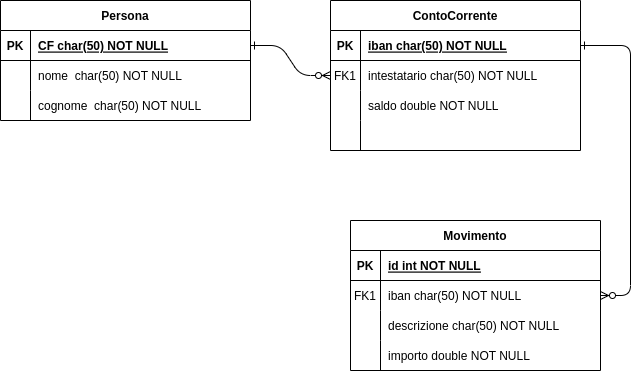
Above: progettazione/contocorrente.drawio.png in dcocuzza/contocorrente_es (draw.io), before the change. Source tidied: cells renumbered, new cells last; positions are measured from the earlier drawing's top-left corner, leaving out a move shared by most shapes.
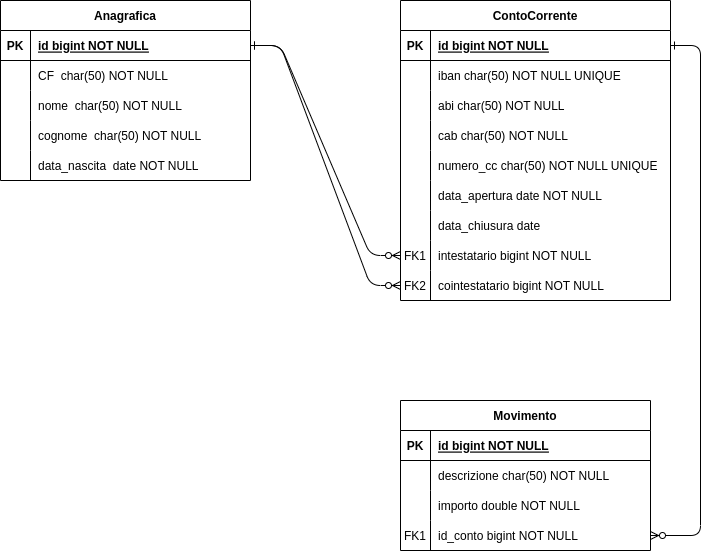
After the change.

What changed in the source:
```diff
@@ -2,53 +2,98 @@
   <root>
     <mxCell id="0" />
     <mxCell id="1" parent="0" />
-    <mxCell id="2" style="edgeStyle=entityRelationEdgeStyle;endArrow=ERzeroToMany;startArrow=ERone;endFill=1;startFill=0;" parent="1" edge="1" source="31" target="8">
+    <mxCell id="2" style="edgeStyle=entityRelationEdgeStyle;endArrow=ERzeroToMany;startArrow=ERone;endFill=1;startFill=0;entryX=0;entryY=0.5;entryDx=0;entryDy=0;" parent="1" edge="1" source="31" target="49">
       <mxGeometry relative="1" as="geometry" />
     </mxCell>
-    <mxCell id="3" style="edgeStyle=entityRelationEdgeStyle;endArrow=ERzeroToMany;startArrow=ERone;endFill=1;startFill=0;" parent="1" edge="1" source="5" target="21">
+    <mxCell id="3" style="edgeStyle=entityRelationEdgeStyle;endArrow=ERzeroToMany;startArrow=ERone;endFill=1;startFill=0;entryX=1;entryY=0.5;entryDx=0;entryDy=0;" parent="1" edge="1" source="5" target="55">
       <mxGeometry relative="1" as="geometry" />
     </mxCell>
     <mxCell id="4" value="ContoCorrente" style="shape=table;startSize=30;rowLines=0;fontStyle=1;align=center;" parent="1" vertex="1">
-      <mxGeometry x="330" width="250" height="150" as="geometry" />
+      <mxGeometry x="360" width="270" height="300" as="geometry" />
     </mxCell>
     <mxCell id="5" style="shape=partialRectangle;fillColor=none;points=[[0,0.5],[1,0.5]];portConstraint=eastwest;top=0;left=0;right=0;bottom=1;" parent="4" vertex="1">
-      <mxGeometry y="30" width="250" height="30" as="geometry" />
+      <mxGeometry y="30" width="270" height="30" as="geometry" />
     </mxCell>
     <mxCell id="6" value="PK" style="shape=partialRectangle;overflow=hidden;fillColor=none;top=0;left=0;bottom=0;right=0;fontStyle=1;" parent="5" vertex="1">
       <mxGeometry width="30" height="30" as="geometry" />
     </mxCell>
-    <mxCell id="7" value="iban char(50) NOT NULL" style="shape=partialRectangle;overflow=hidden;fillColor=none;top=0;left=0;bottom=0;right=0;align=left;spacingLeft=6;fontStyle=5;" parent="5" vertex="1">
-      <mxGeometry x="30" width="220" height="30" as="geometry" />
+    <mxCell id="7" value="id bigint NOT NULL" style="shape=partialRectangle;overflow=hidden;fillColor=none;top=0;left=0;bottom=0;right=0;align=left;spacingLeft=6;fontStyle=5;" parent="5" vertex="1">
+      <mxGeometry x="30" width="240" height="30" as="geometry" />
     </mxCell>
     <mxCell id="8" style="shape=partialRectangle;fillColor=none;points=[[0,0.5],[1,0.5]];portConstraint=eastwest;top=0;left=0;right=0;bottom=0;" parent="4" vertex="1">
-      <mxGeometry y="60" width="250" height="30" as="geometry" />
+      <mxGeometry y="60" width="270" height="30" as="geometry" />
     </mxCell>
-    <mxCell id="9" value="FK1" style="shape=partialRectangle;overflow=hidden;fillColor=none;top=0;left=0;bottom=0;right=0;" parent="8" vertex="1">
+    <mxCell id="9" style="shape=partialRectangle;overflow=hidden;fillColor=none;top=0;left=0;bottom=0;right=0;" parent="8" vertex="1">
       <mxGeometry width="30" height="30" as="geometry" />
     </mxCell>
-    <mxCell id="10" value="intestatario char(50) NOT NULL" style="shape=partialRectangle;overflow=hidden;fillColor=none;top=0;left=0;bottom=0;right=0;align=left;spacingLeft=6;" parent="8" vertex="1">
-      <mxGeometry x="30" width="220" height="30" as="geometry" />
+    <mxCell id="10" value="iban char(50) NOT NULL UNIQUE" style="shape=partialRectangle;overflow=hidden;fillColor=none;top=0;left=0;bottom=0;right=0;align=left;spacingLeft=6;" parent="8" vertex="1">
+      <mxGeometry x="30" width="240" height="30" as="geometry" />
     </mxCell>
     <mxCell id="11" style="shape=partialRectangle;fillColor=none;top=0;left=0;right=0;bottom=0;" parent="4" vertex="1">
-      <mxGeometry y="90" width="250" height="30" as="geometry" />
+      <mxGeometry y="90" width="270" height="30" as="geometry" />
     </mxCell>
     <mxCell id="12" style="shape=partialRectangle;overflow=hidden;fillColor=none;top=0;left=0;bottom=0;right=0;" parent="11" vertex="1">
       <mxGeometry width="30" height="30" as="geometry" />
     </mxCell>
-    <mxCell id="13" value="saldo double NOT NULL" style="shape=partialRectangle;overflow=hidden;fillColor=none;top=0;left=0;bottom=0;right=0;align=left;spacingLeft=6;" parent="11" vertex="1">
-      <mxGeometry x="30" width="220" height="30" as="geometry" />
+    <mxCell id="13" value="abi char(50) NOT NULL" style="shape=partialRectangle;overflow=hidden;fillColor=none;top=0;left=0;bottom=0;right=0;align=left;spacingLeft=6;" parent="11" vertex="1">
+      <mxGeometry x="30" width="240" height="30" as="geometry" />
     </mxCell>
     <mxCell id="14" style="shape=partialRectangle;fillColor=none;top=0;left=0;right=0;bottom=0;" parent="4" vertex="1">
-      <mxGeometry y="120" width="250" height="30" as="geometry" />
+      <mxGeometry y="120" width="270" height="30" as="geometry" />
     </mxCell>
     <mxCell id="15" style="shape=partialRectangle;overflow=hidden;fillColor=none;top=0;left=0;bottom=0;right=0;" parent="14" vertex="1">
       <mxGeometry width="30" height="30" as="geometry" />
     </mxCell>
-    <mxCell id="16" style="shape=partialRectangle;overflow=hidden;fillColor=none;top=0;left=0;bottom=0;right=0;align=left;spacingLeft=6;" parent="14" vertex="1">
-      <mxGeometry x="30" width="220" height="30" as="geometry" />
+    <mxCell id="16" value="cab char(50) NOT NULL" style="shape=partialRectangle;overflow=hidden;fillColor=none;top=0;left=0;bottom=0;right=0;align=left;spacingLeft=6;" parent="14" vertex="1">
+      <mxGeometry x="30" width="240" height="30" as="geometry" />
     </mxCell>
+    <mxCell id="40" style="shape=partialRectangle;fillColor=none;top=0;left=0;right=0;bottom=0;" parent="4" vertex="1">
+      <mxGeometry y="150" width="270" height="30" as="geometry" />
+    </mxCell>
+    <mxCell id="41" style="shape=partialRectangle;overflow=hidden;fillColor=none;top=0;left=0;bottom=0;right=0;" parent="40" vertex="1">
+      <mxGeometry width="30" height="30" as="geometry" />
+    </mxCell>
+    <mxCell id="42" value="numero_cc char(50) NOT NULL UNIQUE" style="shape=partialRectangle;overflow=hidden;fillColor=none;top=0;left=0;bottom=0;right=0;align=left;spacingLeft=6;" parent="40" vertex="1">
+      <mxGeometry x="30" width="240" height="30" as="geometry" />
+    </mxCell>
+    <mxCell id="43" style="shape=partialRectangle;fillColor=none;top=0;left=0;right=0;bottom=0;" parent="4" vertex="1">
+      <mxGeometry y="180" width="270" height="30" as="geometry" />
+    </mxCell>
+    <mxCell id="44" style="shape=partialRectangle;overflow=hidden;fillColor=none;top=0;left=0;bottom=0;right=0;" parent="43" vertex="1">
+      <mxGeometry width="30" height="30" as="geometry" />
+    </mxCell>
+    <mxCell id="45" value="data_apertura date NOT NULL" style="shape=partialRectangle;overflow=hidden;fillColor=none;top=0;left=0;bottom=0;right=0;align=left;spacingLeft=6;" parent="43" vertex="1">
+      <mxGeometry x="30" width="240" height="30" as="geometry" />
+    </mxCell>
+    <mxCell id="46" style="shape=partialRectangle;fillColor=none;top=0;left=0;right=0;bottom=0;" parent="4" vertex="1">
+      <mxGeometry y="210" width="270" height="30" as="geometry" />
+    </mxCell>
+    <mxCell id="47" style="shape=partialRectangle;overflow=hidden;fillColor=none;top=0;left=0;bottom=0;right=0;" parent="46" vertex="1">
+      <mxGeometry width="30" height="30" as="geometry" />
+    </mxCell>
+    <mxCell id="48" value="data_chiusura date" style="shape=partialRectangle;overflow=hidden;fillColor=none;top=0;left=0;bottom=0;right=0;align=left;spacingLeft=6;" parent="46" vertex="1">
+      <mxGeometry x="30" width="240" height="30" as="geometry" />
+    </mxCell>
+    <mxCell id="49" style="shape=partialRectangle;fillColor=none;points=[[0,0.5],[1,0.5]];portConstraint=eastwest;top=0;left=0;right=0;bottom=0;" parent="4" vertex="1">
+      <mxGeometry y="240" width="270" height="30" as="geometry" />
+    </mxCell>
+    <mxCell id="50" value="FK1" style="shape=partialRectangle;overflow=hidden;fillColor=none;top=0;left=0;bottom=0;right=0;" parent="49" vertex="1">
+      <mxGeometry width="30" height="30" as="geometry" />
+    </mxCell>
+    <mxCell id="51" value="intestatario bigint NOT NULL" style="shape=partialRectangle;overflow=hidden;fillColor=none;top=0;left=0;bottom=0;right=0;align=left;spacingLeft=6;" parent="49" vertex="1">
+      <mxGeometry x="30" width="240" height="30" as="geometry" />
+    </mxCell>
+    <mxCell id="52" style="shape=partialRectangle;fillColor=none;points=[[0,0.5],[1,0.5]];portConstraint=eastwest;top=0;left=0;right=0;bottom=0;" parent="4" vertex="1">
+      <mxGeometry y="270" width="270" height="30" as="geometry" />
+    </mxCell>
+    <mxCell id="53" value="FK2" style="shape=partialRectangle;overflow=hidden;fillColor=none;top=0;left=0;bottom=0;right=0;" parent="52" vertex="1">
+      <mxGeometry width="30" height="30" as="geometry" />
+    </mxCell>
+    <mxCell id="54" value="cointestatario bigint NOT NULL" style="shape=partialRectangle;overflow=hidden;fillColor=none;top=0;left=0;bottom=0;right=0;align=left;spacingLeft=6;" parent="52" vertex="1">
+      <mxGeometry x="30" width="240" height="30" as="geometry" />
+    </mxCell>
     <mxCell id="17" value="Movimento" style="shape=table;startSize=30;rowLines=0;fontStyle=1;align=center;" parent="1" vertex="1">
-      <mxGeometry x="350" y="220" width="250" height="150" as="geometry" />
+      <mxGeometry x="360" y="400" width="250" height="150" as="geometry" />
     </mxCell>
     <mxCell id="18" style="shape=partialRectangle;fillColor=none;top=0;left=0;right=0;bottom=1;" parent="17" vertex="1">
       <mxGeometry y="30" width="250" height="30" as="geometry" />
@@ -56,20 +101,11 @@
     <mxCell id="19" value="PK" style="shape=partialRectangle;overflow=hidden;fillColor=none;top=0;left=0;bottom=0;right=0;fontStyle=1;" parent="18" vertex="1">
       <mxGeometry width="30" height="30" as="geometry" />
     </mxCell>
-    <mxCell id="20" value="id int NOT NULL " style="shape=partialRectangle;overflow=hidden;fillColor=none;top=0;left=0;bottom=0;right=0;align=left;spacingLeft=6;fontStyle=5;" parent="18" vertex="1">
+    <mxCell id="20" value="id bigint NOT NULL " style="shape=partialRectangle;overflow=hidden;fillColor=none;top=0;left=0;bottom=0;right=0;align=left;spacingLeft=6;fontStyle=5;" parent="18" vertex="1">
       <mxGeometry x="30" width="220" height="30" as="geometry" />
     </mxCell>
-    <mxCell id="21" style="shape=partialRectangle;fillColor=none;points=[[0,0.5],[1,0.5]];portConstraint=eastwest;top=0;left=0;right=0;bottom=0;" parent="17" vertex="1">
-      <mxGeometry y="60" width="250" height="30" as="geometry" />
-    </mxCell>
-    <mxCell id="22" value="FK1" style="shape=partialRectangle;overflow=hidden;fillColor=none;top=0;left=0;bottom=0;right=0;" parent="21" vertex="1">
-      <mxGeometry width="30" height="30" as="geometry" />
-    </mxCell>
-    <mxCell id="23" value="iban char(50) NOT NULL" style="shape=partialRectangle;overflow=hidden;fillColor=none;top=0;left=0;bottom=0;right=0;align=left;spacingLeft=6;" parent="21" vertex="1">
-      <mxGeometry x="30" width="220" height="30" as="geometry" />
-    </mxCell>
     <mxCell id="24" style="shape=partialRectangle;fillColor=none;top=0;left=0;right=0;bottom=0;" parent="17" vertex="1">
-      <mxGeometry y="90" width="250" height="30" as="geometry" />
+      <mxGeometry y="60" width="250" height="30" as="geometry" />
     </mxCell>
     <mxCell id="25" style="shape=partialRectangle;overflow=hidden;fillColor=none;top=0;left=0;bottom=0;right=0;" parent="24" vertex="1">
       <mxGeometry width="30" height="30" as="geometry" />
@@ -78,7 +114,7 @@
       <mxGeometry x="30" width="220" height="30" as="geometry" />
     </mxCell>
     <mxCell id="27" style="shape=partialRectangle;fillColor=none;top=0;left=0;right=0;bottom=0;" parent="17" vertex="1">
-      <mxGeometry y="120" width="250" height="30" as="geometry" />
+      <mxGeometry y="90" width="250" height="30" as="geometry" />
     </mxCell>
     <mxCell id="28" style="shape=partialRectangle;overflow=hidden;fillColor=none;top=0;left=0;bottom=0;right=0;" parent="27" vertex="1">
       <mxGeometry width="30" height="30" as="geometry" />
@@ -86,8 +122,17 @@
     <mxCell id="29" value="importo double NOT NULL" style="shape=partialRectangle;overflow=hidden;fillColor=none;top=0;left=0;bottom=0;right=0;align=left;spacingLeft=6;" parent="27" vertex="1">
       <mxGeometry x="30" width="220" height="30" as="geometry" />
     </mxCell>
+    <mxCell id="55" style="shape=partialRectangle;fillColor=none;points=[[0,0.5],[1,0.5]];portConstraint=eastwest;top=0;left=0;right=0;bottom=0;" parent="17" vertex="1">
+      <mxGeometry y="120" width="250" height="30" as="geometry" />
+    </mxCell>
+    <mxCell id="56" value="FK1" style="shape=partialRectangle;overflow=hidden;fillColor=none;top=0;left=0;bottom=0;right=0;" parent="55" vertex="1">
+      <mxGeometry width="30" height="30" as="geometry" />
+    </mxCell>
+    <mxCell id="57" value="id_conto bigint NOT NULL" style="shape=partialRectangle;overflow=hidden;fillColor=none;top=0;left=0;bottom=0;right=0;align=left;spacingLeft=6;" parent="55" vertex="1">
+      <mxGeometry x="30" width="220" height="30" as="geometry" />
+    </mxCell>
-    <mxCell id="30" value="Persona" style="shape=table;startSize=30;rowLines=0;fontStyle=1;align=center;" parent="1" vertex="1">
-      <mxGeometry width="250" height="120" as="geometry" />
+    <mxCell id="30" value="Anagrafica" style="shape=table;startSize=30;rowLines=0;fontStyle=1;align=center;" parent="1" vertex="1">
+      <mxGeometry x="-40" width="250" height="180" as="geometry" />
     </mxCell>
     <mxCell id="31" style="shape=partialRectangle;fillColor=none;points=[[0,0.5],[1,0.5]];portConstraint=eastwest;top=0;left=0;right=0;bottom=1;" parent="30" vertex="1">
       <mxGeometry y="30" width="250" height="30" as="geometry" />
@@ -95,7 +140,7 @@
     <mxCell id="32" value="PK" style="shape=partialRectangle;overflow=hidden;fillColor=none;top=0;left=0;bottom=0;right=0;fontStyle=1;" parent="31" vertex="1">
       <mxGeometry width="30" height="30" as="geometry" />
     </mxCell>
-    <mxCell id="33" value="CF char(50) NOT NULL " style="shape=partialRectangle;overflow=hidden;fillColor=none;top=0;left=0;bottom=0;right=0;align=left;spacingLeft=6;fontStyle=5;" parent="31" vertex="1">
+    <mxCell id="33" value="id bigint NOT NULL" style="shape=partialRectangle;overflow=hidden;fillColor=none;top=0;left=0;bottom=0;right=0;align=left;spacingLeft=6;fontStyle=5;" parent="31" vertex="1">
       <mxGeometry x="30" width="220" height="30" as="geometry" />
     </mxCell>
     <mxCell id="34" style="shape=partialRectangle;fillColor=none;top=0;left=0;right=0;bottom=0;" parent="30" vertex="1">
@@ -104,7 +149,7 @@
     <mxCell id="35" style="shape=partialRectangle;overflow=hidden;fillColor=none;top=0;left=0;bottom=0;right=0;" parent="34" vertex="1">
       <mxGeometry width="30" height="30" as="geometry" />
     </mxCell>
-    <mxCell id="36" value="nome  char(50) NOT NULL" style="shape=partialRectangle;overflow=hidden;fillColor=none;top=0;left=0;bottom=0;right=0;align=left;spacingLeft=6;" parent="34" vertex="1">
+    <mxCell id="36" value="CF  char(50) NOT NULL" style="shape=partialRectangle;overflow=hidden;fillColor=none;top=0;left=0;bottom=0;right=0;align=left;spacingLeft=6;" parent="34" vertex="1">
       <mxGeometry x="30" width="220" height="30" as="geometry" />
     </mxCell>
     <mxCell id="37" style="shape=partialRectangle;fillColor=none;top=0;left=0;right=0;bottom=0;" parent="30" vertex="1">
@@ -113,8 +158,29 @@
     <mxCell id="38" style="shape=partialRectangle;overflow=hidden;fillColor=none;top=0;left=0;bottom=0;right=0;" parent="37" vertex="1">
       <mxGeometry width="30" height="30" as="geometry" />
     </mxCell>
-    <mxCell id="39" value="cognome  char(50) NOT NULL" style="shape=partialRectangle;overflow=hidden;fillColor=none;top=0;left=0;bottom=0;right=0;align=left;spacingLeft=6;" parent="37" vertex="1">
+    <mxCell id="39" value="nome  char(50) NOT NULL" style="shape=partialRectangle;overflow=hidden;fillColor=none;top=0;left=0;bottom=0;right=0;align=left;spacingLeft=6;" parent="37" vertex="1">
       <mxGeometry x="30" width="220" height="30" as="geometry" />
     </mxCell>
+    <mxCell id="58" style="shape=partialRectangle;fillColor=none;top=0;left=0;right=0;bottom=0;" parent="30" vertex="1">
+      <mxGeometry y="120" width="250" height="30" as="geometry" />
+    </mxCell>
+    <mxCell id="59" style="shape=partialRectangle;overflow=hidden;fillColor=none;top=0;left=0;bottom=0;right=0;" parent="58" vertex="1">
+      <mxGeometry width="30" height="30" as="geometry" />
+    </mxCell>
+    <mxCell id="60" value="cognome  char(50) NOT NULL" style="shape=partialRectangle;overflow=hidden;fillColor=none;top=0;left=0;bottom=0;right=0;align=left;spacingLeft=6;" parent="58" vertex="1">
+      <mxGeometry x="30" width="220" height="30" as="geometry" />
+    </mxCell>
+    <mxCell id="61" style="shape=partialRectangle;fillColor=none;top=0;left=0;right=0;bottom=0;" parent="30" vertex="1">
+      <mxGeometry y="150" width="250" height="30" as="geometry" />
+    </mxCell>
+    <mxCell id="62" style="shape=partialRectangle;overflow=hidden;fillColor=none;top=0;left=0;bottom=0;right=0;" parent="61" vertex="1">
+      <mxGeometry width="30" height="30" as="geometry" />
+    </mxCell>
+    <mxCell id="63" value="data_nascita  date NOT NULL" style="shape=partialRectangle;overflow=hidden;fillColor=none;top=0;left=0;bottom=0;right=0;align=left;spacingLeft=6;" parent="61" vertex="1">
+      <mxGeometry x="30" width="220" height="30" as="geometry" />
+    </mxCell>
+    <mxCell id="64" style="edgeStyle=entityRelationEdgeStyle;endArrow=ERzeroToMany;startArrow=ERone;endFill=1;startFill=0;entryX=0;entryY=0.5;entryDx=0;entryDy=0;exitX=1;exitY=0.5;exitDx=0;exitDy=0;" parent="1" edge="1" source="31" target="52">
+      <mxGeometry relative="1" as="geometry" />
+    </mxCell>
   </root>
 </mxGraphModel>
```
